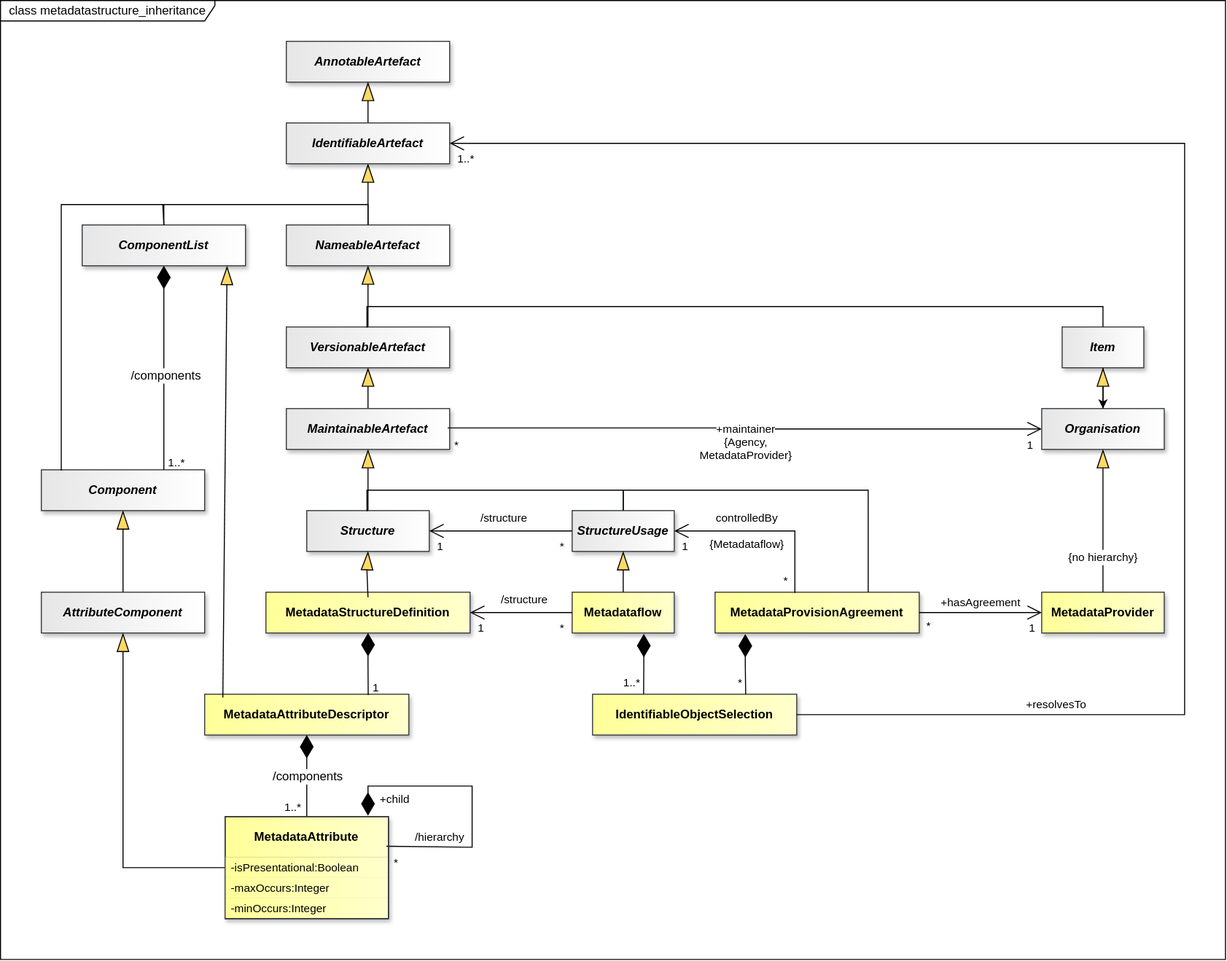
Earlier version of the draw.io export docs/information_model/media/sdmx_metadatastructure-metadatastructure_inheritance.svg (sdmx-twg/sdmx-im). Source tidied: cells renumbered, new cells last; positions are measured from the earlier drawing's top-left corner, leaving out a move shared by most shapes.
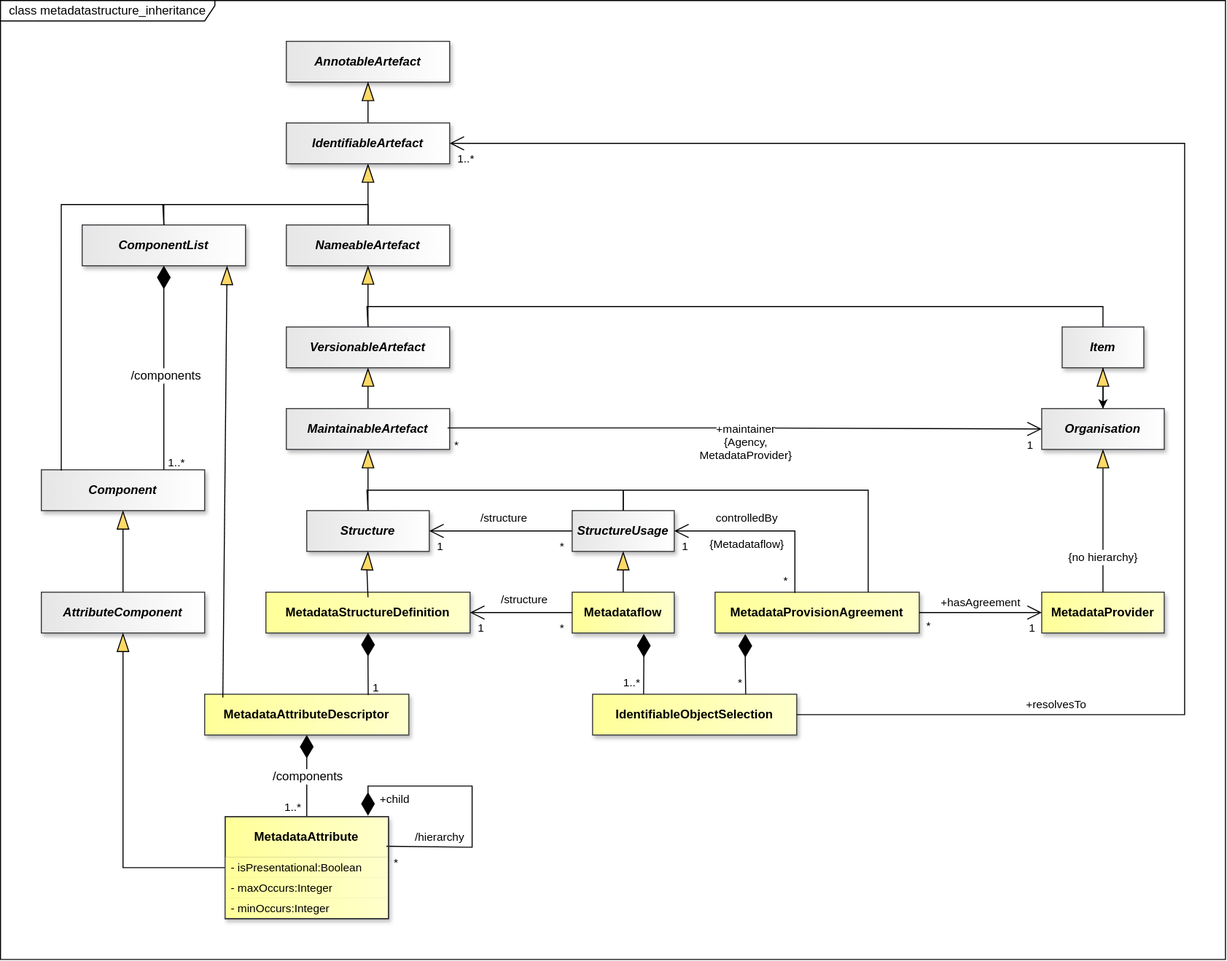
After the commit.

Change to the diagram source:
```diff
@@ -278,13 +278,13 @@
     <mxCell id="68" value="MetadataAttribute" style="swimlane;fontStyle=1;align=center;verticalAlign=middle;horizontal=1;startSize=40;whiteSpace=wrap;html=1;fillColor=light-dark(#FFFF99,#FFFF99);strokeColor=light-dark(#000000,#000000);gradientDirection=east;swimlaneLine=1;fontColor=light-dark(#000000,#000000);labelBackgroundColor=none;textShadow=0;gradientColor=light-dark(#FFFFCC,#FFFFCC);shadow=1;" parent="1" vertex="1">
       <mxGeometry x="220" y="800" width="160" height="100" as="geometry" />
     </mxCell>
-    <mxCell id="69" value="-isPresentational:Boolean" style="text;strokeColor=none;fillColor=light-dark(#FFFF99,#FFFF99);align=left;verticalAlign=middle;spacingLeft=4;spacingRight=4;overflow=hidden;whiteSpace=wrap;html=1;fontFamily=Helvetica;fontSize=11;fontColor=light-dark(#000000,#000000);gradientColor=light-dark(#FFFFCC,#FFFFCC);gradientDirection=east;shadow=1;" parent="68" vertex="1">
+    <mxCell id="69" value="- isPresentational:Boolean" style="text;strokeColor=none;fillColor=light-dark(#FFFF99,#FFFF99);align=left;verticalAlign=middle;spacingLeft=4;spacingRight=4;overflow=hidden;whiteSpace=wrap;html=1;fontFamily=Helvetica;fontSize=11;fontColor=light-dark(#000000,#000000);gradientColor=light-dark(#FFFFCC,#FFFFCC);gradientDirection=east;shadow=1;" parent="68" vertex="1">
       <mxGeometry y="40" width="160" height="20" as="geometry" />
     </mxCell>
-    <mxCell id="70" value="-maxOccurs:Integer" style="text;strokeColor=none;fillColor=light-dark(#FFFF99,#FFFF99);align=left;verticalAlign=middle;spacingLeft=4;spacingRight=4;overflow=hidden;whiteSpace=wrap;html=1;fontFamily=Helvetica;fontSize=11;fontColor=light-dark(#000000,#000000);gradientColor=light-dark(#FFFFCC,#FFFFCC);gradientDirection=east;shadow=1;" parent="68" vertex="1">
+    <mxCell id="70" value="- maxOccurs:Integer" style="text;strokeColor=none;fillColor=light-dark(#FFFF99,#FFFF99);align=left;verticalAlign=middle;spacingLeft=4;spacingRight=4;overflow=hidden;whiteSpace=wrap;html=1;fontFamily=Helvetica;fontSize=11;fontColor=light-dark(#000000,#000000);gradientColor=light-dark(#FFFFCC,#FFFFCC);gradientDirection=east;shadow=1;" parent="68" vertex="1">
       <mxGeometry y="60" width="160" height="20" as="geometry" />
     </mxCell>
-    <mxCell id="71" value="-minOccurs:Integer" style="text;strokeColor=none;fillColor=light-dark(#FFFF99,#FFFF99);align=left;verticalAlign=middle;spacingLeft=4;spacingRight=4;overflow=hidden;whiteSpace=wrap;html=1;fontFamily=Helvetica;fontSize=11;fontColor=light-dark(#000000,#000000);gradientColor=light-dark(#FFFFCC,#FFFFCC);gradientDirection=east;shadow=1;" parent="68" vertex="1">
+    <mxCell id="71" value="- minOccurs:Integer" style="text;strokeColor=none;fillColor=light-dark(#FFFF99,#FFFF99);align=left;verticalAlign=middle;spacingLeft=4;spacingRight=4;overflow=hidden;whiteSpace=wrap;html=1;fontFamily=Helvetica;fontSize=11;fontColor=light-dark(#000000,#000000);gradientColor=light-dark(#FFFFCC,#FFFFCC);gradientDirection=east;shadow=1;" parent="68" vertex="1">
       <mxGeometry y="80" width="160" height="20" as="geometry" />
     </mxCell>
     <mxCell id="72" value="&lt;font style=&quot;color: light-dark(rgb(0, 0, 0), rgb(255, 255, 255)); background-color: light-dark(rgb(255, 255, 255), rgb(0, 0, 0));&quot;&gt;/hierarchy&lt;/font&gt;" style="endArrow=none;html=1;endSize=12;startArrow=diamondThin;startSize=20;startFill=1;edgeStyle=orthogonalEdgeStyle;rounded=0;endFill=0;strokeColor=light-dark(#000000,#FFFFFF);fontColor=light-dark(#000000,#FFFFFF);labelBackgroundColor=none;entryX=1;entryY=0.5;entryDx=0;entryDy=0;" parent="1" edge="1">
```
